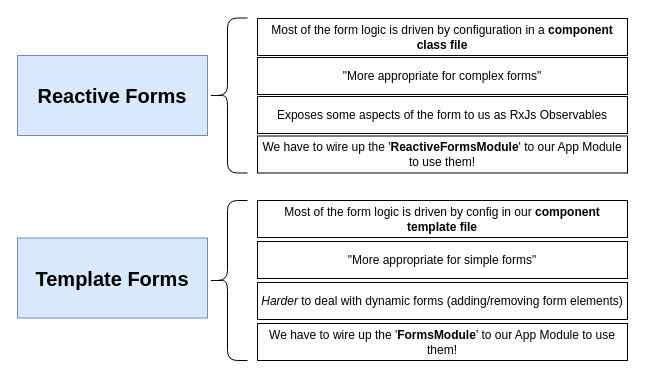
Earlier version of the draw.io diagram page "02 - forms" (3 of 3) of diagrams/creditcard/diagrams.drawio (StephenGrider/ng-casts). Source tidied: cells renumbered, new cells numbered last; positions are measured from the earlier drawing's top-left corner, leaving out a move shared by most shapes. Both pictures are drawn from the tidied source at 100%, with x=0, y=0 at pixel (17, 18).
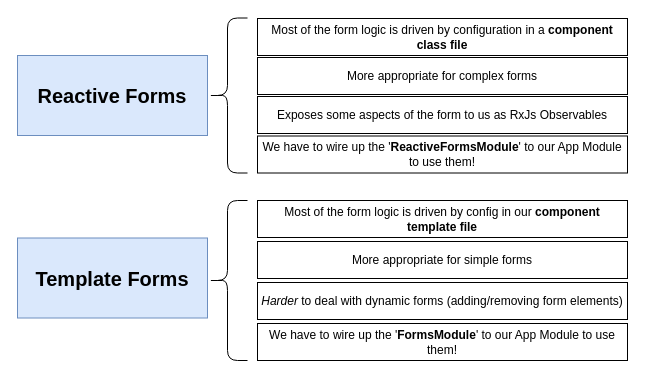
The same diagram, later.

Change to the diagram source:
```diff
@@
 <mxGraphModel>
   <root>
     <mxCell id="0" />
     <mxCell id="1" parent="0" />
     <mxCell id="2" value="Reactive Forms" style="rounded=0;whiteSpace=wrap;html=1;align=center;fillColor=#dae8fc;strokeColor=#6c8ebf;fontStyle=1;fontSize=20;" parent="1" vertex="1">
       <mxGeometry y="37" width="190" height="80" as="geometry" />
     </mxCell>
     <mxCell id="3" value="Template Forms" style="rounded=0;whiteSpace=wrap;html=1;align=center;fillColor=#dae8fc;strokeColor=#6c8ebf;fontStyle=1;fontSize=20;" parent="1" vertex="1">
       <mxGeometry y="219.5" width="190" height="80" as="geometry" />
     </mxCell>
     <mxCell id="4" style="shape=curlyBracket;whiteSpace=wrap;html=1;rounded=1;fontSize=20;align=center;" parent="1" vertex="1">
       <mxGeometry x="190" y="-0.5" width="40" height="155" as="geometry" />
     </mxCell>
     <mxCell id="5" style="shape=curlyBracket;whiteSpace=wrap;html=1;rounded=1;fontSize=20;align=center;" parent="1" vertex="1">
       <mxGeometry x="190" y="182" width="40" height="160" as="geometry" />
     </mxCell>
     <mxCell id="6" value="Most of the form logic is driven by configuration in a &lt;b style=&quot;font-size: 12px;&quot;&gt;component class file&lt;/b&gt;" style="rounded=0;whiteSpace=wrap;html=1;fontSize=12;align=center;" parent="1" vertex="1">
       <mxGeometry x="240" width="370" height="37" as="geometry" />
     </mxCell>
-    <mxCell id="7" value="&quot;More appropriate for complex forms&quot;" style="rounded=0;whiteSpace=wrap;html=1;fontSize=12;align=center;" parent="1" vertex="1">
+    <mxCell id="7" value="More appropriate for complex forms" style="rounded=0;whiteSpace=wrap;html=1;fontSize=12;align=center;" parent="1" vertex="1">
       <mxGeometry x="240" y="39" width="370" height="37" as="geometry" />
     </mxCell>
     <mxCell id="8" value="Most of the form logic is driven by config in our &lt;b style=&quot;font-size: 12px;&quot;&gt;component template file&lt;/b&gt;" style="rounded=0;whiteSpace=wrap;html=1;fontSize=12;align=center;" parent="1" vertex="1">
       <mxGeometry x="240" y="182" width="370" height="37" as="geometry" />
     </mxCell>
-    <mxCell id="9" value="&quot;More appropriate for simple forms&quot;" style="rounded=0;whiteSpace=wrap;html=1;fontSize=12;align=center;" parent="1" vertex="1">
+    <mxCell id="9" value="More appropriate for simple forms" style="rounded=0;whiteSpace=wrap;html=1;fontSize=12;align=center;" parent="1" vertex="1">
       <mxGeometry x="240" y="223" width="370" height="37" as="geometry" />
     </mxCell>
     <mxCell id="10" value="&lt;span style=&quot;white-space: normal; font-size: 12px;&quot;&gt;Exposes some aspects of the form to us as RxJs Observables&lt;/span&gt;" style="rounded=0;whiteSpace=wrap;html=1;fontSize=12;align=center;" parent="1" vertex="1">
       <mxGeometry x="240" y="78" width="370" height="37" as="geometry" />
     </mxCell>
     <mxCell id="11" value="We have to wire up the '&lt;b style=&quot;font-size: 12px;&quot;&gt;ReactiveFormsModule&lt;/b&gt;' to our App Module to use them!" style="rounded=0;whiteSpace=wrap;html=1;fontSize=12;align=center;" parent="1" vertex="1">
       <mxGeometry x="240" y="117.5" width="370" height="37" as="geometry" />
     </mxCell>
     <mxCell id="12" value="&lt;i&gt;Harder&lt;/i&gt; to deal with dynamic forms (adding/removing form elements)" style="rounded=0;whiteSpace=wrap;html=1;fontSize=12;align=center;" parent="1" vertex="1">
       <mxGeometry x="240" y="264" width="370" height="37" as="geometry" />
     </mxCell>
     <mxCell id="13" value="We have to wire up the '&lt;b style=&quot;font-size: 12px;&quot;&gt;FormsModule&lt;/b&gt;' to our App Module to use them!" style="rounded=0;whiteSpace=wrap;html=1;fontSize=12;align=center;" parent="1" vertex="1">
       <mxGeometry x="240" y="305" width="370" height="37" as="geometry" />
     </mxCell>
   </root>
 </mxGraphModel>
```
